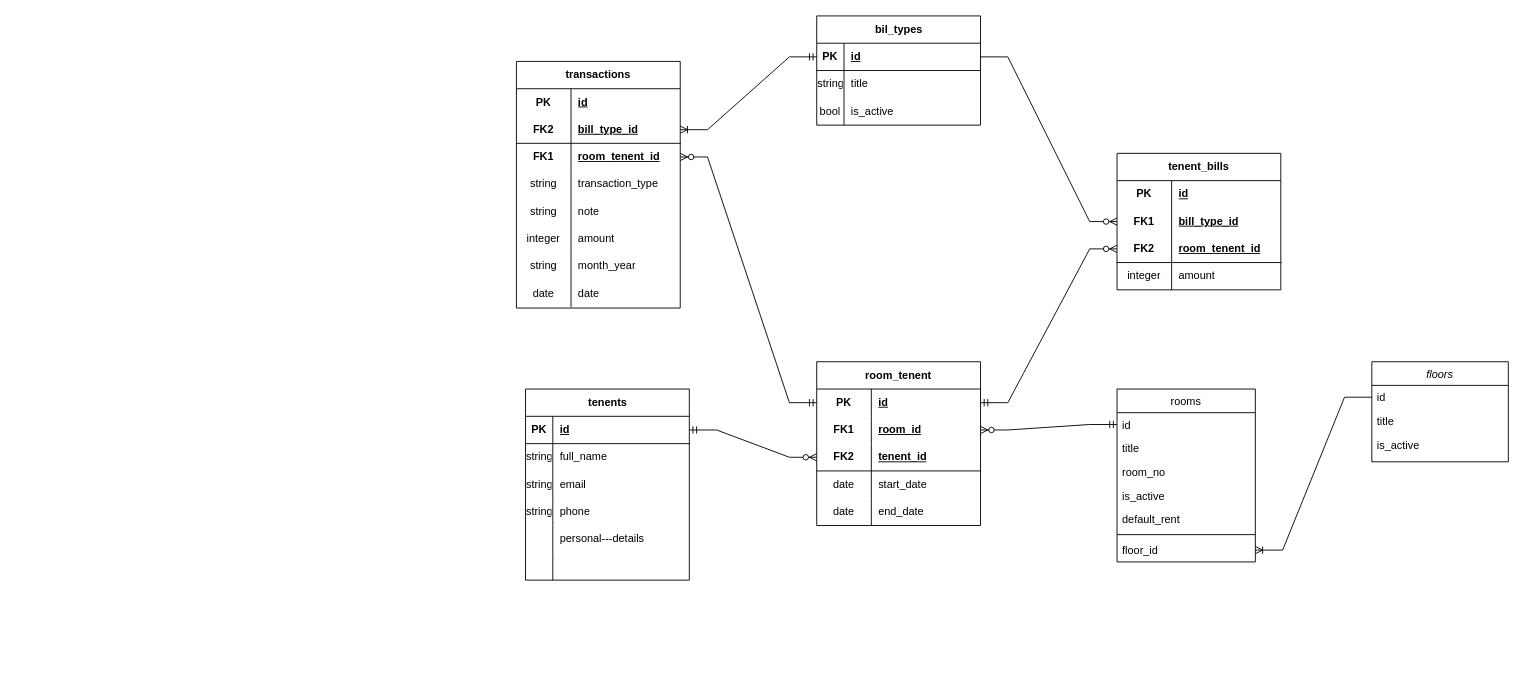
The draw.io diagram Untitled Diagram.drawio in grim-firefly/storage, before the edit. Source tidied: cells renumbered, new cells numbered last; positions are measured from the earlier drawing's top-left corner, leaving out a move shared by most shapes. Both pictures are drawn from the tidied source at 91%, with x=0, y=0 at pixel (516, 15).
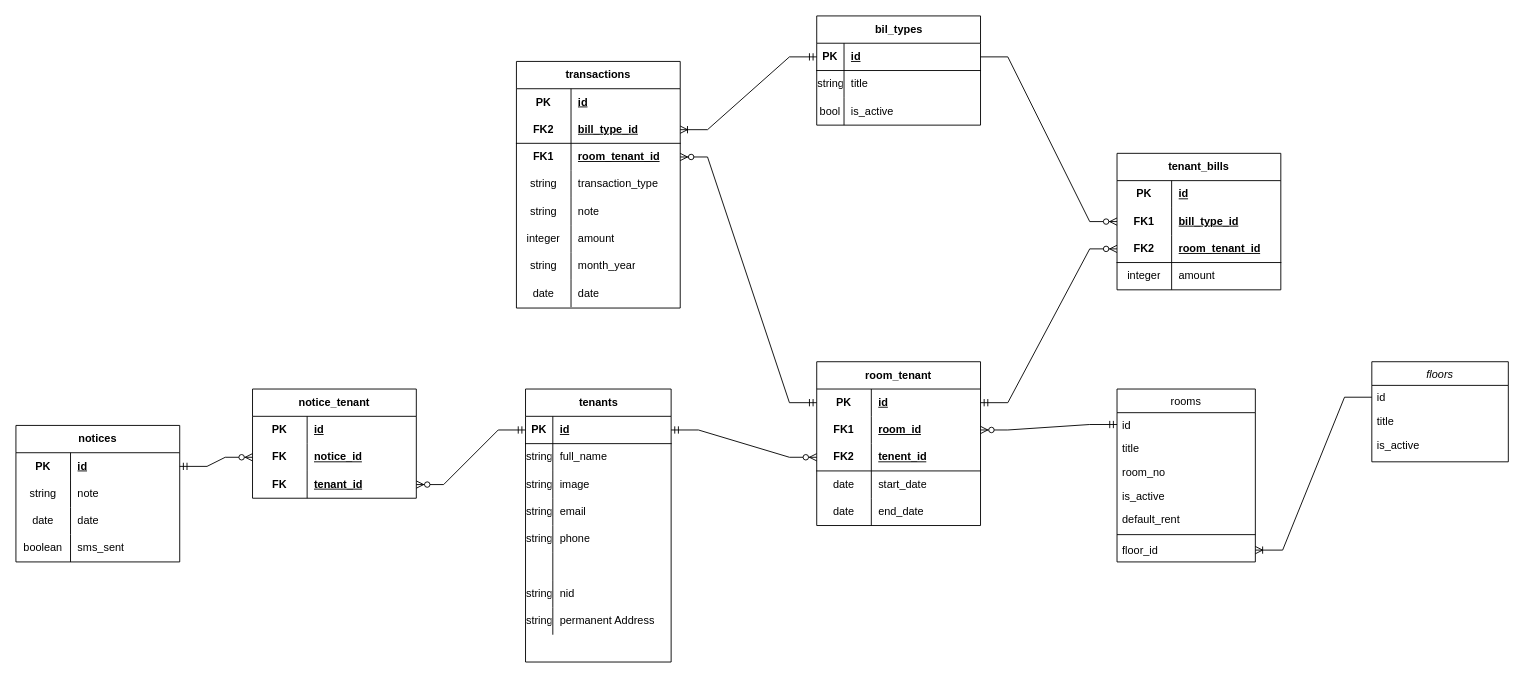
Above is the later version.

Commit message:
Added Notices For Tenants

Unchanged cells that the change refers to:
```xml
<mxCell id="67" style="shape=tableRow;horizontal=0;startSize=0;swimlaneHead=0;swimlaneBody=0;fillColor=none;points=[[0,0.5],[1,0.5]];portConstraint=eastwest;top=0;left=0;right=0;bottom=0;html=1;" parent="60" vertex="1">
  <mxGeometry y="90" width="180" height="30" as="geometry" />
</mxCell>
<mxCell id="94" style="shape=tableRow;horizontal=0;startSize=0;swimlaneHead=0;swimlaneBody=0;fillColor=none;points=[[0,0.5],[1,0.5]];portConstraint=eastwest;top=0;left=0;right=0;bottom=1;html=1;" parent="87" vertex="1">
  <mxGeometry y="90" width="180" height="30" as="geometry" />
</mxCell>
```

Diff of the diagram source:
```diff
@@
-    <mxCell id="25" value="tenents" style="shape=table;startSize=30;childLayout=tableLayout;rowLines=0;fontStyle=1;align=center;html=1;" parent="1" vertex="1">
-      <mxGeometry x="10" y="410" width="180" height="210" as="geometry" />
+    <mxCell id="25" value="tenants" style="shape=table;startSize=30;childLayout=tableLayout;rowLines=0;fontStyle=1;align=center;html=1;" parent="1" vertex="1">
+      <mxGeometry x="10" y="410" width="160" height="300" as="geometry" />
     </mxCell>
     <mxCell id="26" style="shape=tableRow;horizontal=0;startSize=0;swimlaneHead=0;swimlaneBody=0;fillColor=none;points=[[0,0.5],[1,0.5]];portConstraint=eastwest;top=0;left=0;right=0;bottom=1;" parent="25" vertex="1">
-      <mxGeometry y="30" width="180" height="30" as="geometry" />
+      <mxGeometry y="30" width="160" height="30" as="geometry" />
     </mxCell>
@@
     <mxCell id="28" value="id" style="shape=partialRectangle;fillColor=none;top=0;left=0;bottom=0;right=0;align=left;spacingLeft=6;fontStyle=5;overflow=hidden;whiteSpace=wrap;html=1;" parent="26" vertex="1">
-      <mxGeometry x="30" width="150" height="30" as="geometry" />
+      <mxGeometry x="30" width="130" height="30" as="geometry" />
     </mxCell>
     <mxCell id="29" style="shape=tableRow;horizontal=0;startSize=0;swimlaneHead=0;swimlaneBody=0;fillColor=none;top=0;left=0;right=0;bottom=0;" parent="25" vertex="1">
-      <mxGeometry y="60" width="180" height="30" as="geometry" />
+      <mxGeometry y="60" width="160" height="30" as="geometry" />
     </mxCell>
@@
     <mxCell id="31" value="full_name" style="shape=partialRectangle;fillColor=none;top=0;left=0;bottom=0;right=0;align=left;spacingLeft=6;overflow=hidden;whiteSpace=wrap;html=1;" parent="29" vertex="1">
-      <mxGeometry x="30" width="150" height="30" as="geometry" />
+      <mxGeometry x="30" width="130" height="30" as="geometry" />
     </mxCell>
+    <mxCell id="104" style="shape=tableRow;horizontal=0;startSize=0;swimlaneHead=0;swimlaneBody=0;fillColor=none;top=0;left=0;right=0;bottom=0;" parent="25" vertex="1">
+      <mxGeometry y="90" width="160" height="30" as="geometry" />
+    </mxCell>
+    <mxCell id="105" value="string" style="shape=partialRectangle;fillColor=none;top=0;left=0;bottom=0;right=0;overflow=hidden;whiteSpace=wrap;html=1;" parent="104" vertex="1">
+      <mxGeometry width="30" height="30" as="geometry" />
+    </mxCell>
+    <mxCell id="106" value="image" style="shape=partialRectangle;fillColor=none;top=0;left=0;bottom=0;right=0;align=left;spacingLeft=6;overflow=hidden;whiteSpace=wrap;html=1;" parent="104" vertex="1">
+      <mxGeometry x="30" width="130" height="30" as="geometry" />
+    </mxCell>
     <mxCell id="32" style="shape=tableRow;horizontal=0;startSize=0;swimlaneHead=0;swimlaneBody=0;fillColor=none;top=0;left=0;right=0;bottom=0;" parent="25" vertex="1">
-      <mxGeometry y="90" width="180" height="30" as="geometry" />
+      <mxGeometry y="120" width="160" height="30" as="geometry" />
     </mxCell>
@@
     <mxCell id="34" value="email" style="shape=partialRectangle;fillColor=none;top=0;left=0;bottom=0;right=0;align=left;spacingLeft=6;overflow=hidden;whiteSpace=wrap;html=1;" parent="32" vertex="1">
-      <mxGeometry x="30" width="150" height="30" as="geometry" />
+      <mxGeometry x="30" width="130" height="30" as="geometry" />
     </mxCell>
     <mxCell id="35" style="shape=tableRow;horizontal=0;startSize=0;swimlaneHead=0;swimlaneBody=0;fillColor=none;top=0;left=0;right=0;bottom=0;" parent="25" vertex="1">
-      <mxGeometry y="120" width="180" height="30" as="geometry" />
+      <mxGeometry y="150" width="160" height="30" as="geometry" />
     </mxCell>
@@
     <mxCell id="37" value="phone" style="shape=partialRectangle;fillColor=none;top=0;left=0;bottom=0;right=0;align=left;spacingLeft=6;overflow=hidden;whiteSpace=wrap;html=1;" parent="35" vertex="1">
-      <mxGeometry x="30" width="150" height="30" as="geometry" />
+      <mxGeometry x="30" width="130" height="30" as="geometry" />
     </mxCell>
-    <mxCell id="38" style="shape=tableRow;horizontal=0;startSize=0;swimlaneHead=0;swimlaneBody=0;fillColor=none;top=0;left=0;right=0;bottom=0;" parent="25" vertex="1">
-      <mxGeometry y="150" width="180" height="30" as="geometry" />
-    </mxCell>
-    <mxCell id="39" style="shape=partialRectangle;fillColor=none;top=0;left=0;bottom=0;right=0;overflow=hidden;whiteSpace=wrap;html=1;" parent="38" vertex="1">
-      <mxGeometry width="30" height="30" as="geometry" />
-    </mxCell>
-    <mxCell id="40" value="personal---details" style="shape=partialRectangle;fillColor=none;top=0;left=0;bottom=0;right=0;align=left;spacingLeft=6;overflow=hidden;whiteSpace=wrap;html=1;" parent="38" vertex="1">
-      <mxGeometry x="30" width="150" height="30" as="geometry" />
-    </mxCell>
     <mxCell id="41" style="shape=tableRow;horizontal=0;startSize=0;swimlaneHead=0;swimlaneBody=0;fillColor=none;top=0;left=0;right=0;bottom=0;" parent="25" vertex="1">
-      <mxGeometry y="180" width="180" height="30" as="geometry" />
+      <mxGeometry y="180" width="160" height="30" as="geometry" />
     </mxCell>
@@
     <mxCell id="43" style="shape=partialRectangle;fillColor=none;top=0;left=0;bottom=0;right=0;align=left;spacingLeft=6;overflow=hidden;whiteSpace=wrap;html=1;" parent="41" vertex="1">
-      <mxGeometry x="30" width="150" height="30" as="geometry" />
+      <mxGeometry x="30" width="130" height="30" as="geometry" />
     </mxCell>
+    <mxCell id="107" style="shape=tableRow;horizontal=0;startSize=0;swimlaneHead=0;swimlaneBody=0;fillColor=none;top=0;left=0;right=0;bottom=0;" parent="25" vertex="1">
+      <mxGeometry y="210" width="160" height="30" as="geometry" />
+    </mxCell>
+    <mxCell id="108" value="string" style="shape=partialRectangle;fillColor=none;top=0;left=0;bottom=0;right=0;overflow=hidden;whiteSpace=wrap;html=1;" parent="107" vertex="1">
+      <mxGeometry width="30" height="30" as="geometry" />
+    </mxCell>
+    <mxCell id="109" value="nid" style="shape=partialRectangle;fillColor=none;top=0;left=0;bottom=0;right=0;align=left;spacingLeft=6;overflow=hidden;whiteSpace=wrap;html=1;" parent="107" vertex="1">
+      <mxGeometry x="30" width="130" height="30" as="geometry" />
+    </mxCell>
+    <mxCell id="110" style="shape=tableRow;horizontal=0;startSize=0;swimlaneHead=0;swimlaneBody=0;fillColor=none;top=0;left=0;right=0;bottom=0;" parent="25" vertex="1">
+      <mxGeometry y="240" width="160" height="30" as="geometry" />
+    </mxCell>
+    <mxCell id="111" value="string" style="shape=partialRectangle;fillColor=none;top=0;left=0;bottom=0;right=0;overflow=hidden;whiteSpace=wrap;html=1;" parent="110" vertex="1">
+      <mxGeometry width="30" height="30" as="geometry" />
+    </mxCell>
+    <mxCell id="112" value="permanent Address" style="shape=partialRectangle;fillColor=none;top=0;left=0;bottom=0;right=0;align=left;spacingLeft=6;overflow=hidden;whiteSpace=wrap;html=1;" parent="110" vertex="1">
+      <mxGeometry x="30" width="130" height="30" as="geometry" />
+    </mxCell>
-    <mxCell id="44" value="room_tenent" style="shape=table;startSize=30;childLayout=tableLayout;rowLines=0;fontStyle=1;align=center;html=1;whiteSpace=wrap;" parent="1" vertex="1">
+    <mxCell id="44" value="room_tenant" style="shape=table;startSize=30;childLayout=tableLayout;rowLines=0;fontStyle=1;align=center;html=1;whiteSpace=wrap;" parent="1" vertex="1">
       <mxGeometry x="330" y="380" width="180" height="180" as="geometry" />
     </mxCell>
@@
-    <mxCell id="69" value="room_tenent_id" style="shape=partialRectangle;fillColor=none;top=0;left=0;bottom=0;right=0;align=left;spacingLeft=6;fontStyle=5;overflow=hidden;html=1;whiteSpace=wrap;" parent="67" vertex="1">
+    <mxCell id="69" value="room_tenant_id" style="shape=partialRectangle;fillColor=none;top=0;left=0;bottom=0;right=0;align=left;spacingLeft=6;fontStyle=5;overflow=hidden;html=1;whiteSpace=wrap;" parent="67" vertex="1">
       <mxGeometry x="60" width="120" height="30" as="geometry" />
     </mxCell>
@@
-    <mxCell id="87" value="tenent_bills" style="shape=table;startSize=30;childLayout=tableLayout;rowLines=0;fontStyle=1;align=center;html=1;whiteSpace=wrap;" parent="1" vertex="1">
+    <mxCell id="87" value="tenant_bills" style="shape=table;startSize=30;childLayout=tableLayout;rowLines=0;fontStyle=1;align=center;html=1;whiteSpace=wrap;" parent="1" vertex="1">
       <mxGeometry x="660" y="151" width="180" height="150" as="geometry" />
     </mxCell>
@@
-    <mxCell id="96" value="room_tenent_id" style="shape=partialRectangle;fillColor=none;top=0;left=0;bottom=0;right=0;align=left;spacingLeft=6;fontStyle=5;overflow=hidden;html=1;whiteSpace=wrap;" parent="94" vertex="1">
+    <mxCell id="96" value="room_tenant_id" style="shape=partialRectangle;fillColor=none;top=0;left=0;bottom=0;right=0;align=left;spacingLeft=6;fontStyle=5;overflow=hidden;html=1;whiteSpace=wrap;" parent="94" vertex="1">
       <mxGeometry x="60" width="120" height="30" as="geometry" />
     </mxCell>
@@
+    <mxCell id="113" value="notices" style="shape=table;startSize=30;childLayout=tableLayout;rowLines=0;fontStyle=1;align=center;html=1;whiteSpace=wrap;" parent="1" vertex="1">
+      <mxGeometry x="-550" y="450" width="180" height="150" as="geometry" />
+    </mxCell>
+    <mxCell id="114" style="shape=tableRow;horizontal=0;startSize=0;swimlaneHead=0;swimlaneBody=0;fillColor=none;points=[[0,0.5],[1,0.5]];portConstraint=eastwest;top=0;left=0;right=0;bottom=0;html=1;" parent="113" vertex="1">
+      <mxGeometry y="30" width="180" height="30" as="geometry" />
+    </mxCell>
+    <mxCell id="115" value="PK" style="shape=partialRectangle;fillColor=none;top=0;left=0;bottom=0;right=0;fontStyle=1;overflow=hidden;html=1;whiteSpace=wrap;" parent="114" vertex="1">
+      <mxGeometry width="60" height="30" as="geometry" />
+    </mxCell>
+    <mxCell id="116" value="id" style="shape=partialRectangle;fillColor=none;top=0;left=0;bottom=0;right=0;align=left;spacingLeft=6;fontStyle=5;overflow=hidden;html=1;whiteSpace=wrap;" parent="114" vertex="1">
+      <mxGeometry x="60" width="120" height="30" as="geometry" />
+    </mxCell>
+    <mxCell id="117" style="shape=tableRow;horizontal=0;startSize=0;swimlaneHead=0;swimlaneBody=0;fillColor=none;top=0;left=0;right=0;bottom=0;html=1;" parent="113" vertex="1">
+      <mxGeometry y="60" width="180" height="30" as="geometry" />
+    </mxCell>
+    <mxCell id="118" value="string" style="shape=partialRectangle;fillColor=none;top=0;left=0;bottom=0;right=0;overflow=hidden;html=1;whiteSpace=wrap;" parent="117" vertex="1">
+      <mxGeometry width="60" height="30" as="geometry" />
+    </mxCell>
+    <mxCell id="119" value="note" style="shape=partialRectangle;fillColor=none;top=0;left=0;bottom=0;right=0;align=left;spacingLeft=6;overflow=hidden;html=1;whiteSpace=wrap;" parent="117" vertex="1">
+      <mxGeometry x="60" width="120" height="30" as="geometry" />
+    </mxCell>
+    <mxCell id="120" style="shape=tableRow;horizontal=0;startSize=0;swimlaneHead=0;swimlaneBody=0;fillColor=none;top=0;left=0;right=0;bottom=0;html=1;" parent="113" vertex="1">
+      <mxGeometry y="90" width="180" height="30" as="geometry" />
+    </mxCell>
+    <mxCell id="121" value="date" style="shape=partialRectangle;fillColor=none;top=0;left=0;bottom=0;right=0;overflow=hidden;html=1;whiteSpace=wrap;" parent="120" vertex="1">
+      <mxGeometry width="60" height="30" as="geometry" />
+    </mxCell>
+    <mxCell id="122" value="date" style="shape=partialRectangle;fillColor=none;top=0;left=0;bottom=0;right=0;align=left;spacingLeft=6;overflow=hidden;html=1;whiteSpace=wrap;" parent="120" vertex="1">
+      <mxGeometry x="60" width="120" height="30" as="geometry" />
+    </mxCell>
+    <mxCell id="123" style="shape=tableRow;horizontal=0;startSize=0;swimlaneHead=0;swimlaneBody=0;fillColor=none;top=0;left=0;right=0;bottom=0;html=1;" parent="113" vertex="1">
+      <mxGeometry y="120" width="180" height="30" as="geometry" />
+    </mxCell>
+    <mxCell id="124" value="boolean" style="shape=partialRectangle;fillColor=none;top=0;left=0;bottom=0;right=0;overflow=hidden;html=1;whiteSpace=wrap;" parent="123" vertex="1">
+      <mxGeometry width="60" height="30" as="geometry" />
+    </mxCell>
+    <mxCell id="125" value="sms_sent" style="shape=partialRectangle;fillColor=none;top=0;left=0;bottom=0;right=0;align=left;spacingLeft=6;overflow=hidden;html=1;whiteSpace=wrap;" parent="123" vertex="1">
+      <mxGeometry x="60" width="120" height="30" as="geometry" />
+    </mxCell>
+    <mxCell id="126" value="notice_tenant" style="shape=table;startSize=30;childLayout=tableLayout;rowLines=0;fontStyle=1;align=center;html=1;whiteSpace=wrap;" parent="1" vertex="1">
+      <mxGeometry x="-290" y="410" width="180" height="120" as="geometry" />
+    </mxCell>
+    <mxCell id="127" style="shape=tableRow;horizontal=0;startSize=0;swimlaneHead=0;swimlaneBody=0;fillColor=none;top=0;left=0;right=0;bottom=0;html=1;" parent="126" vertex="1">
+      <mxGeometry y="30" width="180" height="30" as="geometry" />
+    </mxCell>
+    <mxCell id="128" value="PK" style="shape=partialRectangle;fillColor=none;top=0;left=0;bottom=0;right=0;fontStyle=1;overflow=hidden;html=1;whiteSpace=wrap;" parent="127" vertex="1">
+      <mxGeometry width="60" height="30" as="geometry" />
+    </mxCell>
+    <mxCell id="129" value="id" style="shape=partialRectangle;fillColor=none;top=0;left=0;bottom=0;right=0;align=left;spacingLeft=6;fontStyle=5;overflow=hidden;html=1;whiteSpace=wrap;" parent="127" vertex="1">
+      <mxGeometry x="60" width="120" height="30" as="geometry" />
+    </mxCell>
+    <mxCell id="130" style="shape=tableRow;horizontal=0;startSize=0;swimlaneHead=0;swimlaneBody=0;fillColor=none;points=[[0,0.5],[1,0.5]];portConstraint=eastwest;top=0;left=0;right=0;bottom=0;html=1;" parent="126" vertex="1">
+      <mxGeometry y="60" width="180" height="30" as="geometry" />
+    </mxCell>
+    <mxCell id="131" value="FK" style="shape=partialRectangle;fillColor=none;top=0;left=0;bottom=0;right=0;fontStyle=1;overflow=hidden;html=1;whiteSpace=wrap;" parent="130" vertex="1">
+      <mxGeometry width="60" height="30" as="geometry" />
+    </mxCell>
+    <mxCell id="132" value="notice_id" style="shape=partialRectangle;fillColor=none;top=0;left=0;bottom=0;right=0;align=left;spacingLeft=6;fontStyle=5;overflow=hidden;html=1;whiteSpace=wrap;" parent="130" vertex="1">
+      <mxGeometry x="60" width="120" height="30" as="geometry" />
+    </mxCell>
+    <mxCell id="133" style="shape=tableRow;horizontal=0;startSize=0;swimlaneHead=0;swimlaneBody=0;fillColor=none;points=[[0,0.5],[1,0.5]];portConstraint=eastwest;top=0;left=0;right=0;bottom=0;html=1;" parent="126" vertex="1">
+      <mxGeometry y="90" width="180" height="30" as="geometry" />
+    </mxCell>
+    <mxCell id="134" value="FK" style="shape=partialRectangle;fillColor=none;top=0;left=0;bottom=0;right=0;fontStyle=1;overflow=hidden;html=1;whiteSpace=wrap;" parent="133" vertex="1">
+      <mxGeometry width="60" height="30" as="geometry" />
+    </mxCell>
+    <mxCell id="135" value="tenant_id" style="shape=partialRectangle;fillColor=none;top=0;left=0;bottom=0;right=0;align=left;spacingLeft=6;fontStyle=5;overflow=hidden;html=1;whiteSpace=wrap;" parent="133" vertex="1">
+      <mxGeometry x="60" width="120" height="30" as="geometry" />
+    </mxCell>
+    <mxCell id="136" style="edgeStyle=entityRelationEdgeStyle;fontSize=12;html=1;endArrow=ERzeroToMany;startArrow=ERmandOne;rounded=0;" parent="1" edge="1" source="114" target="130">
+      <mxGeometry relative="1" as="geometry" />
+    </mxCell>
+    <mxCell id="137" style="edgeStyle=entityRelationEdgeStyle;fontSize=12;html=1;endArrow=ERzeroToMany;startArrow=ERmandOne;rounded=0;" parent="1" edge="1" source="26" target="133">
+      <mxGeometry relative="1" as="geometry" />
+    </mxCell>
```
